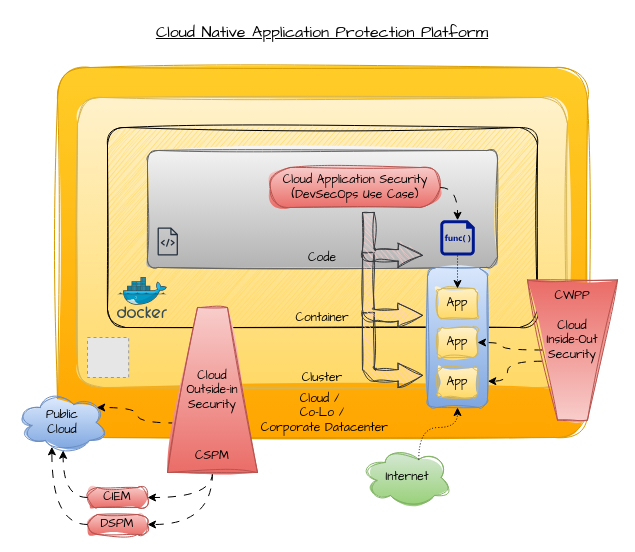
Before: page "4C Security" (2 of 2) of Prisma Cloud - Features.drawio in billhoph/whiteboards, a draw.io diagram. Source tidied: cells renumbered, new cells numbered last; positions are measured from the earlier drawing's top-left corner, leaving out a move shared by most shapes. Both pictures are drawn from the tidied source at 100%, with x=0, y=0 at pixel (17, 17). Pictures stored in the file or linked from it are replaced by grey dashed boxes.
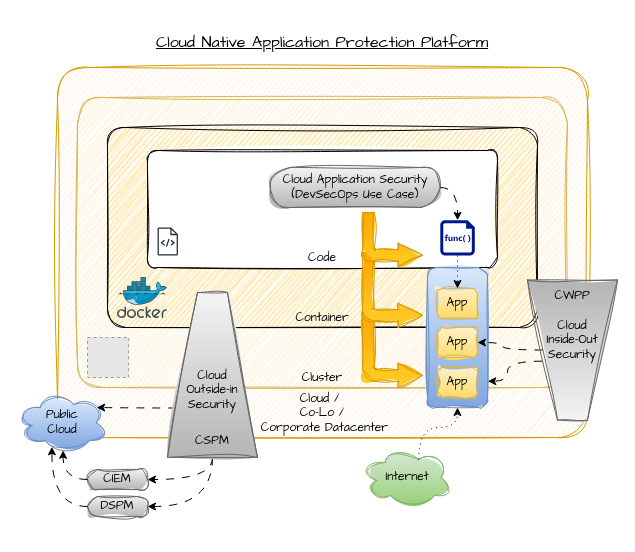
After the change.

The change refers to these unchanged cells:
```xml
<mxCell id="17" style="rounded=1;whiteSpace=wrap;html=1;sketch=1;hachureGap=4;jiggle=2;curveFitting=1;fontFamily=Architects Daughter;fillColor=#dae8fc;gradientColor=#7ea6e0;strokeColor=#6c8ebf;" parent="1" vertex="1">
  <mxGeometry x="410" y="250" width="60" height="140" as="geometry" />
</mxCell>
<mxCell id="18" value="App" style="rounded=1;whiteSpace=wrap;html=1;sketch=1;hachureGap=4;jiggle=2;curveFitting=1;fontFamily=Architects Daughter;fillColor=#fff2cc;gradientColor=#ffd966;strokeColor=#d6b656;" parent="1" vertex="1">
  <mxGeometry x="420" y="271" width="40" height="30" as="geometry" />
</mxCell>
<mxCell id="22" style="sketch=0;shadow=0;dashed=0;html=1;strokeColor=none;labelPosition=center;verticalLabelPosition=bottom;verticalAlign=top;align=center;fillColor=#00188D;shape=mxgraph.mscae.enterprise.code_file;hachureGap=4;jiggle=2;curveFitting=1;fontFamily=Architects Daughter;" parent="1" vertex="1">
  <mxGeometry x="422.8" y="202.8" width="34.5" height="35.2" as="geometry" />
</mxCell>
<mxCell id="23" value="Internet" style="ellipse;shape=cloud;whiteSpace=wrap;html=1;sketch=1;hachureGap=4;jiggle=2;curveFitting=1;fontFamily=Architects Daughter;fillColor=#d5e8d4;gradientColor=#97d077;strokeColor=#82b366;" parent="1" vertex="1">
  <mxGeometry x="345" y="430" width="90" height="60" as="geometry" />
</mxCell>
```

The edit, as a diff of the source:
```diff
@@
-    <mxCell id="2" value="Cloud /&amp;nbsp;&lt;div&gt;Co-Lo /&lt;/div&gt;&lt;div&gt;&amp;nbsp;Corporate Datacenter&lt;/div&gt;" style="rounded=1;whiteSpace=wrap;html=1;sketch=1;hachureGap=4;jiggle=2;curveFitting=1;fontFamily=Architects Daughter;arcSize=9;verticalAlign=bottom;fillColor=#ffcd28;gradientColor=#ffa500;strokeColor=#d79b00;" parent="1" vertex="1">
+    <mxCell id="2" value="Cloud /&amp;nbsp;&lt;div&gt;Co-Lo /&lt;/div&gt;&lt;div&gt;&amp;nbsp;Corporate Datacenter&lt;/div&gt;" style="rounded=1;whiteSpace=wrap;html=1;sketch=1;hachureGap=4;jiggle=2;curveFitting=1;fontFamily=Architects Daughter;arcSize=9;verticalAlign=bottom;fillColor=#ffe6cc;strokeColor=#d79b00;" parent="1" vertex="1">
       <mxGeometry x="40" y="50" width="530" height="370" as="geometry" />
     </mxCell>
-    <mxCell id="3" value="Cluster" style="rounded=1;whiteSpace=wrap;html=1;sketch=1;hachureGap=4;jiggle=2;curveFitting=1;fontFamily=Architects Daughter;arcSize=9;verticalAlign=bottom;fillColor=#fff2cc;gradientColor=#ffd966;strokeColor=#d6b656;" parent="1" vertex="1">
+    <mxCell id="3" value="Cluster" style="rounded=1;whiteSpace=wrap;html=1;sketch=1;hachureGap=4;jiggle=2;curveFitting=1;fontFamily=Architects Daughter;arcSize=9;verticalAlign=bottom;fillColor=#fff2cc;strokeColor=#d6b656;" parent="1" vertex="1">
       <mxGeometry x="60" y="80" width="490" height="290" as="geometry" />
     </mxCell>
@@
-    <mxCell id="5" value="Code" style="rounded=1;whiteSpace=wrap;html=1;sketch=1;hachureGap=4;jiggle=2;curveFitting=1;fontFamily=Architects Daughter;arcSize=9;verticalAlign=bottom;fillColor=#f5f5f5;gradientColor=#b3b3b3;strokeColor=#666666;" parent="1" vertex="1">
+    <mxCell id="5" value="Code" style="rounded=1;whiteSpace=wrap;html=1;sketch=1;hachureGap=4;jiggle=2;curveFitting=1;fontFamily=Architects Daughter;arcSize=9;verticalAlign=bottom;" parent="1" vertex="1">
       <mxGeometry x="130" y="133" width="350" height="117" as="geometry" />
     </mxCell>
@@
     <mxCell id="10" value="&lt;u&gt;Cloud Native Application Protection Platform&lt;/u&gt;" style="text;html=1;align=center;verticalAlign=middle;whiteSpace=wrap;rounded=0;fontFamily=Architects Daughter;fontSize=16;" parent="1" vertex="1">
-      <mxGeometry x="120" width="370" height="30" as="geometry" />
+      <mxGeometry x="120" y="10" width="370" height="30" as="geometry" />
     </mxCell>
-    <mxCell id="11" value="CIEM" style="rounded=1;whiteSpace=wrap;html=1;sketch=1;hachureGap=4;jiggle=2;curveFitting=1;fontFamily=Architects Daughter;arcSize=50;fillColor=#f8cecc;strokeColor=#b85450;gradientColor=#ea6b66;" parent="1" vertex="1">
-      <mxGeometry x="70" y="470" width="60" height="20" as="geometry" />
+    <mxCell id="11" value="CIEM" style="rounded=1;whiteSpace=wrap;html=1;sketch=1;hachureGap=4;jiggle=2;curveFitting=1;fontFamily=Architects Daughter;arcSize=50;fillColor=#f5f5f5;strokeColor=#666666;gradientColor=#b3b3b3;" parent="1" vertex="1">
+      <mxGeometry x="70" y="452" width="60" height="20" as="geometry" />
     </mxCell>
-    <mxCell id="12" value="DSPM" style="rounded=1;whiteSpace=wrap;html=1;sketch=1;hachureGap=4;jiggle=2;curveFitting=1;fontFamily=Architects Daughter;arcSize=50;fillColor=#f8cecc;strokeColor=#b85450;gradientColor=#ea6b66;" parent="1" vertex="1">
-      <mxGeometry x="70" y="497" width="60" height="20" as="geometry" />
+    <mxCell id="12" value="DSPM" style="rounded=1;whiteSpace=wrap;html=1;sketch=1;hachureGap=4;jiggle=2;curveFitting=1;fontFamily=Architects Daughter;arcSize=50;fillColor=#f5f5f5;strokeColor=#666666;gradientColor=#b3b3b3;" parent="1" vertex="1">
+      <mxGeometry x="70" y="479" width="60" height="20" as="geometry" />
     </mxCell>
-    <mxCell id="13" value="Cloud Application&amp;nbsp;&lt;span style=&quot;background-color: initial;&quot;&gt;Security&lt;/span&gt;&lt;div&gt;(DevSecOps Use Case)&lt;/div&gt;" style="rounded=1;whiteSpace=wrap;html=1;sketch=1;hachureGap=4;jiggle=2;curveFitting=1;fontFamily=Architects Daughter;arcSize=50;fillColor=#f8cecc;strokeColor=#b85450;gradientColor=#ea6b66;" parent="1" vertex="1">
+    <mxCell id="13" value="Cloud Application&amp;nbsp;&lt;span style=&quot;background-color: initial;&quot;&gt;Security&lt;/span&gt;&lt;div&gt;(DevSecOps Use Case)&lt;/div&gt;" style="rounded=1;whiteSpace=wrap;html=1;sketch=1;hachureGap=4;jiggle=2;curveFitting=1;fontFamily=Architects Daughter;arcSize=50;fillColor=#f5f5f5;strokeColor=#666666;gradientColor=#b3b3b3;" parent="1" vertex="1">
       <mxGeometry x="252.8" y="150" width="170" height="40" as="geometry" />
     </mxCell>
-    <mxCell id="14" style="html=1;shadow=0;dashed=0;align=center;verticalAlign=middle;shape=mxgraph.arrows2.bendArrow;dy=5.82;dx=24.41;notch=0;arrowHead=24.24;rounded=1;sketch=1;hachureGap=4;jiggle=2;curveFitting=1;fontFamily=Architects Daughter;flipV=1;fillColor=#ffcccc;strokeColor=#36393d;" parent="1" vertex="1">
+    <mxCell id="14" style="html=1;shadow=0;dashed=0;align=center;verticalAlign=middle;shape=mxgraph.arrows2.bendArrow;dy=5.82;dx=24.41;notch=0;arrowHead=24.24;rounded=1;sketch=1;hachureGap=4;jiggle=2;curveFitting=1;fontFamily=Architects Daughter;flipV=1;fillColor=#ffcd28;strokeColor=#d79b00;gradientColor=#ffa500;" parent="1" vertex="1">
       <mxGeometry x="345" y="295" width="60" height="75" as="geometry" />
     </mxCell>
-    <mxCell id="15" style="html=1;shadow=0;dashed=0;align=center;verticalAlign=middle;shape=mxgraph.arrows2.bendArrow;dy=5.82;dx=24.41;notch=0;arrowHead=24.24;rounded=1;sketch=1;hachureGap=4;jiggle=2;curveFitting=1;fontFamily=Architects Daughter;flipV=1;fillColor=#ffcccc;strokeColor=#36393d;" parent="1" vertex="1">
+    <mxCell id="15" style="html=1;shadow=0;dashed=0;align=center;verticalAlign=middle;shape=mxgraph.arrows2.bendArrow;dy=5.82;dx=24.41;notch=0;arrowHead=24.24;rounded=1;sketch=1;hachureGap=4;jiggle=2;curveFitting=1;fontFamily=Architects Daughter;flipV=1;fillColor=#ffcd28;strokeColor=#d79b00;gradientColor=#ffa500;" parent="1" vertex="1">
       <mxGeometry x="345" y="235" width="60" height="75" as="geometry" />
     </mxCell>
-    <mxCell id="16" style="html=1;shadow=0;dashed=0;align=center;verticalAlign=middle;shape=mxgraph.arrows2.bendArrow;dy=5.82;dx=24.41;notch=0;arrowHead=24.24;rounded=1;sketch=1;hachureGap=4;jiggle=2;curveFitting=1;fontFamily=Architects Daughter;flipV=1;fillColor=#ffcccc;strokeColor=#36393d;" parent="1" vertex="1">
+    <mxCell id="16" style="html=1;shadow=0;dashed=0;align=center;verticalAlign=middle;shape=mxgraph.arrows2.bendArrow;dy=5.82;dx=24.41;notch=0;arrowHead=24.24;rounded=1;sketch=1;hachureGap=4;jiggle=2;curveFitting=1;fontFamily=Architects Daughter;flipV=1;fillColor=#ffcd28;strokeColor=#d79b00;gradientColor=#ffa500;" parent="1" vertex="1">
       <mxGeometry x="345" y="195" width="60" height="55" as="geometry" />
     </mxCell>
@@
-    <mxCell id="21" style="edgeStyle=orthogonalEdgeStyle;rounded=0;hachureGap=4;jettySize=auto;html=1;exitX=0.5;exitY=1;exitDx=0;exitDy=0;exitPerimeter=0;entryX=0.5;entryY=0;entryDx=0;entryDy=0;fontFamily=Architects Daughter;flowAnimation=1;dashed=1;dashPattern=1 2;" parent="1" edge="1" source="22" target="18">
+    <mxCell id="21" style="edgeStyle=orthogonalEdgeStyle;rounded=0;hachureGap=4;jettySize=auto;html=1;exitX=0.5;exitY=1;exitDx=0;exitDy=0;exitPerimeter=0;entryX=0.5;entryY=0;entryDx=0;entryDy=0;fontFamily=Architects Daughter;flowAnimation=1;dashed=1;dashPattern=1 4;" parent="1" edge="1" source="22" target="18">
       <mxGeometry relative="1" as="geometry" />
     </mxCell>
@@
-    <mxCell id="24" style="edgeStyle=orthogonalEdgeStyle;curved=1;rounded=0;hachureGap=4;jettySize=auto;html=1;entryX=0.5;entryY=1;entryDx=0;entryDy=0;dashed=1;dashPattern=1 2;strokeColor=default;align=center;verticalAlign=middle;fontFamily=Architects Daughter;fontSize=11;fontColor=default;labelBackgroundColor=default;endArrow=classic;flowAnimation=1;exitX=0.625;exitY=0.2;exitDx=0;exitDy=0;exitPerimeter=0;" parent="1" edge="1" source="23" target="17">
+    <mxCell id="24" style="edgeStyle=orthogonalEdgeStyle;curved=1;rounded=0;hachureGap=4;jettySize=auto;html=1;entryX=0.5;entryY=1;entryDx=0;entryDy=0;dashed=1;dashPattern=1 4;strokeColor=default;align=center;verticalAlign=middle;fontFamily=Architects Daughter;fontSize=11;fontColor=default;labelBackgroundColor=default;endArrow=classic;flowAnimation=1;exitX=0.625;exitY=0.2;exitDx=0;exitDy=0;exitPerimeter=0;" parent="1" edge="1" source="23" target="17">
       <mxGeometry relative="1" as="geometry" />
     </mxCell>
@@
-    <mxCell id="33" style="shape=trapezoid;perimeter=trapezoidPerimeter;whiteSpace=wrap;html=1;fixedSize=1;sketch=1;hachureGap=4;jiggle=2;curveFitting=1;fontFamily=Architects Daughter;size=30;fillColor=#f8cecc;strokeColor=#b85450;gradientColor=#ea6b66;" parent="1" vertex="1">
-      <mxGeometry x="150" y="290" width="90" height="165" as="geometry" />
+    <mxCell id="33" style="shape=trapezoid;perimeter=trapezoidPerimeter;whiteSpace=wrap;html=1;fixedSize=1;sketch=1;hachureGap=4;jiggle=2;curveFitting=1;fontFamily=Architects Daughter;size=30;fillColor=#f5f5f5;strokeColor=#666666;gradientColor=#b3b3b3;" parent="1" vertex="1">
+      <mxGeometry x="150" y="275" width="90" height="165" as="geometry" />
     </mxCell>
     <mxCell id="34" value="CSPM" style="text;html=1;align=center;verticalAlign=middle;whiteSpace=wrap;rounded=0;fontFamily=Architects Daughter;" parent="1" vertex="1">
-      <mxGeometry x="165" y="422" width="60" height="33" as="geometry" />
+      <mxGeometry x="165" y="407" width="60" height="33" as="geometry" />
     </mxCell>
@@
-    <mxCell id="36" style="shape=trapezoid;perimeter=trapezoidPerimeter;whiteSpace=wrap;html=1;fixedSize=1;sketch=1;hachureGap=4;jiggle=2;curveFitting=1;fontFamily=Architects Daughter;rotation=-180;size=30;fillColor=#f8cecc;strokeColor=#b85450;gradientColor=#ea6b66;" parent="1" vertex="1">
+    <mxCell id="36" style="shape=trapezoid;perimeter=trapezoidPerimeter;whiteSpace=wrap;html=1;fixedSize=1;sketch=1;hachureGap=4;jiggle=2;curveFitting=1;fontFamily=Architects Daughter;rotation=-180;size=30;fillColor=#f5f5f5;strokeColor=#666666;gradientColor=#b3b3b3;" parent="1" vertex="1">
       <mxGeometry x="510" y="262.5" width="90" height="140" as="geometry" />
     </mxCell>
```
